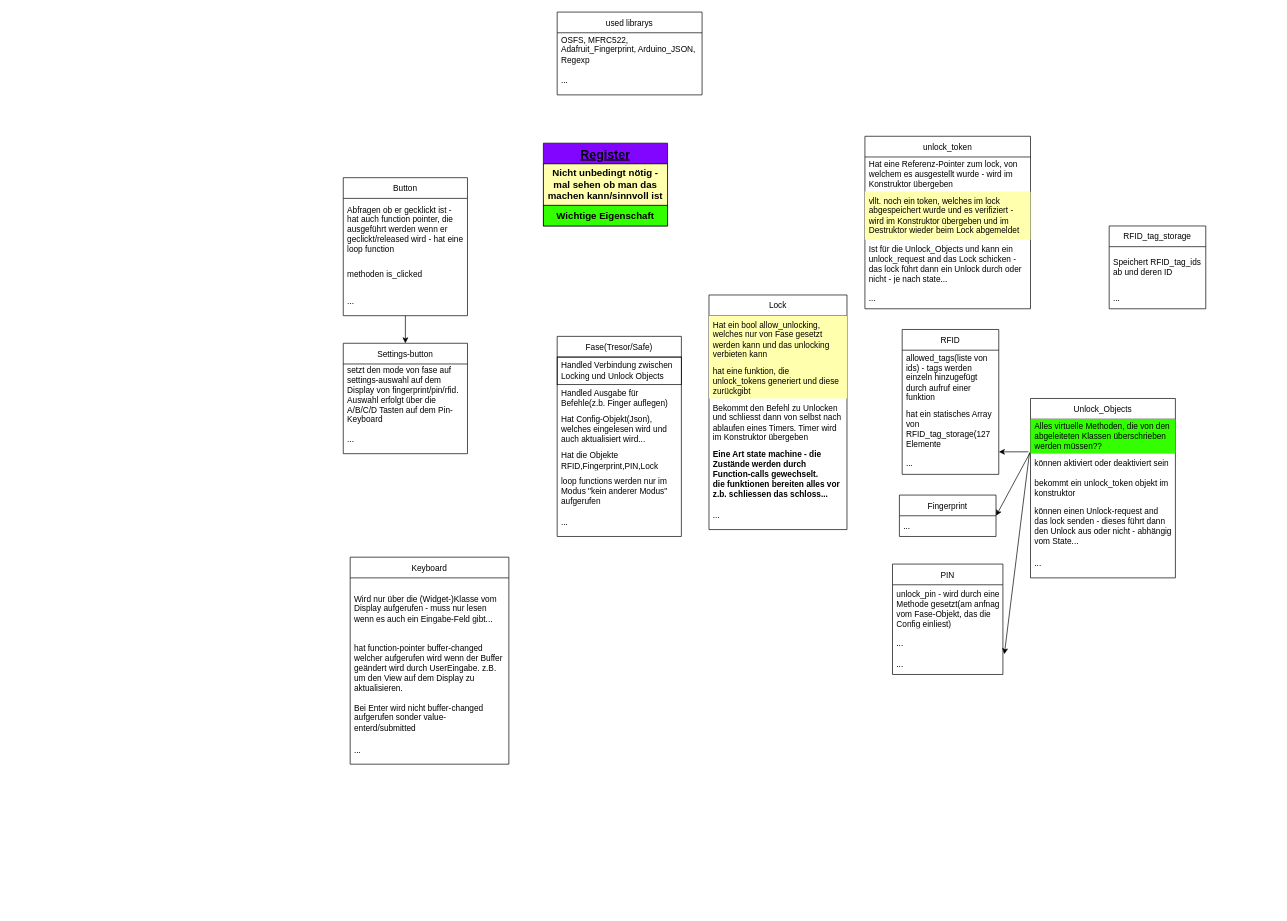
Above: page "grobe Strukturierung" (1 of 2) of first draft.drawio in Jair-F/Safe (draw.io), before the change. Source tidied: cells renumbered, new cells numbered last; positions are measured from the earlier drawing's top-left corner, leaving out a move shared by most shapes. Both pictures are drawn from the tidied source at 69%, with x=0, y=0 at pixel (343, 12).
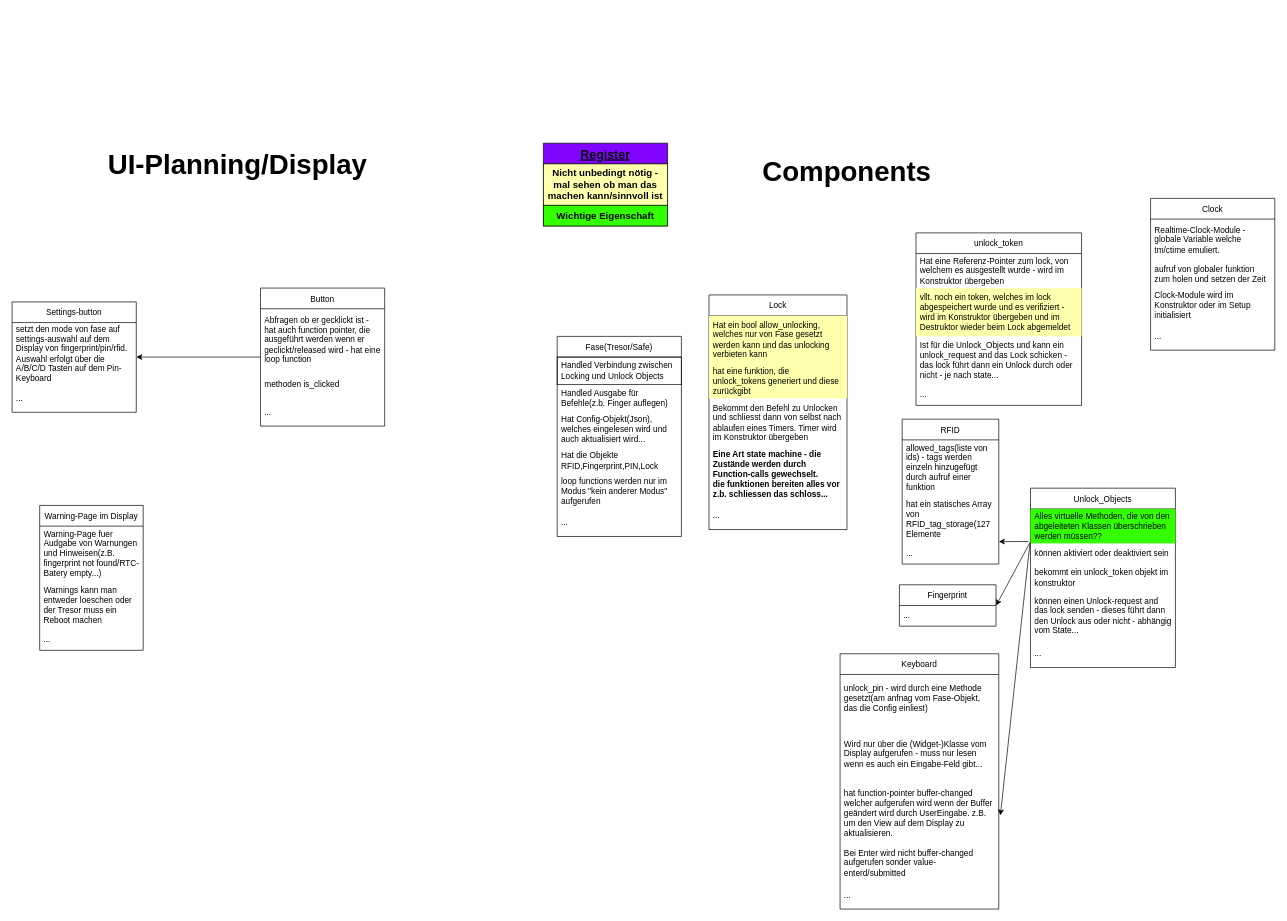
Above is the later version.

The change refers to these unchanged cells:
```xml
<mxCell id="30" value="können aktiviert oder deaktiviert sein" style="text;strokeColor=none;fillColor=none;align=left;verticalAlign=middle;spacingLeft=4;spacingRight=4;overflow=hidden;points=[[0,0.5],[1,0.5]];portConstraint=eastwest;labelBorderColor=none;labelBackgroundColor=none;whiteSpace=wrap;" parent="28" vertex="1">
  <mxGeometry y="80" width="210" height="30" as="geometry" />
</mxCell>
```

Change to the diagram source:
```diff
@@
-    <mxCell id="4" style="endArrow=classic;html=1;rounded=0;exitX=-0.007;exitY=-0.05;exitDx=0;exitDy=0;entryX=1.013;entryY=0.02;entryDx=0;entryDy=0;entryPerimeter=0;exitPerimeter=0;" parent="1" edge="1" source="30" target="21">
-      <mxGeometry relative="1" as="geometry" />
-    </mxCell>
@@
     <mxCell id="12" value="RFID" style="swimlane;fontStyle=0;horizontal=1;startSize=30;" parent="1" vertex="1">
-      <mxGeometry x="810" y="460" width="140" height="210" as="geometry" />
+      <mxGeometry x="810" y="590" width="140" height="210" as="geometry" />
     </mxCell>
@@
     <mxCell id="16" value="Fingerprint" style="swimlane;fontStyle=0;horizontal=1;startSize=30;swimlaneFillColor=none;gradientColor=none;" parent="1" vertex="1">
-      <mxGeometry x="806" y="700" width="140" height="60" as="geometry" />
+      <mxGeometry x="806" y="830" width="140" height="60" as="geometry" />
     </mxCell>
@@
-    <mxCell id="18" value="PIN" style="swimlane;fontStyle=0;horizontal=1;startSize=30;" parent="1" vertex="1">
-      <mxGeometry x="796" y="800" width="160" height="160" as="geometry" />
-    </mxCell>
-    <mxCell id="19" value="unlock_pin - wird durch eine Methode gesetzt(am anfnag vom Fase-Objekt, das die Config einliest)" style="text;strokeColor=none;fillColor=none;align=left;verticalAlign=middle;spacingLeft=4;spacingRight=4;overflow=hidden;whiteSpace=wrap;" parent="18" vertex="1">
-      <mxGeometry y="30" width="160" height="70" as="geometry" />
-    </mxCell>
-    <mxCell id="20" value="..." style="text;strokeColor=none;fillColor=none;align=left;verticalAlign=middle;spacingLeft=4;spacingRight=4;overflow=hidden;whiteSpace=wrap;" parent="18" vertex="1">
-      <mxGeometry y="100" width="160" height="30" as="geometry" />
-    </mxCell>
-    <mxCell id="21" value="..." style="text;strokeColor=none;fillColor=none;align=left;verticalAlign=middle;spacingLeft=4;spacingRight=4;overflow=hidden;points=[[0,0.5],[1,0.5]];portConstraint=eastwest;whiteSpace=wrap;" parent="18" vertex="1">
-      <mxGeometry y="130" width="160" height="30" as="geometry" />
-    </mxCell>
@@
     <mxCell id="28" value="Unlock_Objects" style="swimlane;fontStyle=0;horizontal=1;startSize=30;" parent="1" vertex="1">
-      <mxGeometry x="996" y="560" width="210" height="260" as="geometry" />
+      <mxGeometry x="996" y="690" width="210" height="260" as="geometry" />
     </mxCell>
@@
     <mxCell id="34" value="unlock_token" style="swimlane;fontStyle=0;horizontal=1;startSize=30;rounded=0;glass=0;labelBackgroundColor=none;labelBorderColor=none;fontFamily=Helvetica;fontSize=12;fontColor=default;strokeColor=default;fillColor=none;gradientColor=none;html=0;" parent="1" vertex="1">
-      <mxGeometry x="756" y="180" width="240" height="250" as="geometry" />
+      <mxGeometry x="830" y="320" width="240" height="250" as="geometry" />
     </mxCell>
@@
-    <mxCell id="42" value="RFID_tag_storage" style="swimlane;fontStyle=0;horizontal=1;startSize=30;" parent="1" vertex="1">
-      <mxGeometry x="1110" y="310" width="140" height="120" as="geometry" />
-    </mxCell>
-    <mxCell id="43" value="Speichert RFID_tag_ids ab und deren ID" style="text;strokeColor=none;fillColor=none;align=left;verticalAlign=middle;spacingLeft=4;spacingRight=4;overflow=hidden;whiteSpace=wrap;" parent="42" vertex="1">
-      <mxGeometry y="30" width="140" height="60" as="geometry" />
-    </mxCell>
-    <mxCell id="44" value="..." style="text;strokeColor=none;fillColor=none;align=left;verticalAlign=middle;spacingLeft=4;spacingRight=4;overflow=hidden;whiteSpace=wrap;" parent="42" vertex="1">
-      <mxGeometry y="90" width="140" height="30" as="geometry" />
-    </mxCell>
@@
     <mxCell id="46" value="Button" style="swimlane;fontStyle=0;horizontal=1;startSize=30;" parent="1" vertex="1">
-      <mxGeometry y="240" width="180" height="200" as="geometry" />
+      <mxGeometry x="-120" y="400" width="180" height="200" as="geometry" />
     </mxCell>
@@
     <mxCell id="50" value="Settings-button" style="swimlane;fontStyle=0;horizontal=1;startSize=30;" parent="1" vertex="1">
-      <mxGeometry y="480" width="180" height="160" as="geometry" />
+      <mxGeometry x="-480" y="420" width="180" height="160" as="geometry" />
     </mxCell>
@@
-    <mxCell id="53" value="used librarys" style="swimlane;fontStyle=0;horizontal=1;startSize=30;" parent="1" vertex="1">
-      <mxGeometry x="310" width="210" height="120" as="geometry" />
-    </mxCell>
-    <mxCell id="54" value="OSFS, MFRC522, Adafruit_Fingerprint, Arduino_JSON, Regexp" style="text;strokeColor=none;fillColor=none;align=left;verticalAlign=middle;spacingLeft=4;spacingRight=4;overflow=hidden;labelBorderColor=none;labelBackgroundColor=none;whiteSpace=wrap;" parent="53" vertex="1">
-      <mxGeometry y="30" width="210" height="50" as="geometry" />
-    </mxCell>
-    <mxCell id="55" value="..." style="text;strokeColor=none;fillColor=none;align=left;verticalAlign=middle;spacingLeft=4;spacingRight=4;overflow=hidden;labelBorderColor=none;labelBackgroundColor=none;whiteSpace=wrap;" parent="53" vertex="1">
-      <mxGeometry y="80" width="210" height="40" as="geometry" />
-    </mxCell>
     <mxCell id="56" value="Keyboard" style="swimlane;fontStyle=0;horizontal=1;startSize=30;" parent="1" vertex="1">
-      <mxGeometry x="10" y="790" width="230" height="300" as="geometry" />
+      <mxGeometry x="720" y="930" width="230" height="370" as="geometry" />
     </mxCell>
+    <mxCell id="19" value="unlock_pin - wird durch eine Methode gesetzt(am anfnag vom Fase-Objekt, das die Config einliest)" style="text;strokeColor=none;fillColor=none;align=left;verticalAlign=middle;spacingLeft=4;spacingRight=4;overflow=hidden;whiteSpace=wrap;" parent="56" vertex="1">
+      <mxGeometry y="30" width="230" height="70" as="geometry" />
+    </mxCell>
     <mxCell id="57" value="Wird nur über die (Widget-)Klasse vom Display aufgerufen - muss nur lesen wenn es auch ein Eingabe-Feld gibt..." style="text;strokeColor=none;fillColor=none;align=left;verticalAlign=middle;spacingLeft=4;spacingRight=4;overflow=hidden;labelBorderColor=none;labelBackgroundColor=none;whiteSpace=wrap;" parent="56" vertex="1">
-      <mxGeometry y="30" width="230" height="90" as="geometry" />
+      <mxGeometry y="100" width="230" height="90" as="geometry" />
     </mxCell>
     <mxCell id="58" value="hat function-pointer buffer-changed welcher aufgerufen wird wenn der Buffer geändert wird durch UserEingabe. z.B. um den View auf dem Display zu aktualisieren.&#10;&#10;Bei Enter wird nicht buffer-changed aufgerufen sonder value-enterd/submitted" style="text;strokeColor=none;fillColor=none;align=left;verticalAlign=middle;spacingLeft=4;spacingRight=4;overflow=hidden;points=[[0,0.5],[1,0.5]];portConstraint=eastwest;labelBorderColor=none;labelBackgroundColor=none;whiteSpace=wrap;" parent="56" vertex="1">
-      <mxGeometry y="120" width="230" height="140" as="geometry" />
+      <mxGeometry y="190" width="230" height="140" as="geometry" />
     </mxCell>
     <mxCell id="59" value="..." style="text;strokeColor=none;fillColor=none;align=left;verticalAlign=middle;spacingLeft=4;spacingRight=4;overflow=hidden;labelBorderColor=none;labelBackgroundColor=none;whiteSpace=wrap;" parent="56" vertex="1">
-      <mxGeometry y="260" width="230" height="40" as="geometry" />
+      <mxGeometry y="330" width="230" height="40" as="geometry" />
     </mxCell>
+    <mxCell id="60" style="endArrow=classic;html=1;rounded=0;exitX=-0.003;exitY=-0.05;exitDx=0;exitDy=0;exitPerimeter=0;entryX=1.01;entryY=0.316;entryDx=0;entryDy=0;entryPerimeter=0;" parent="1" edge="1" source="30" target="58">
+      <mxGeometry relative="1" as="geometry" />
+    </mxCell>
+    <mxCell id="61" value="Clock" style="swimlane;fontStyle=0;horizontal=1;startSize=30;" parent="1" vertex="1">
+      <mxGeometry x="1170" y="270" width="180" height="220" as="geometry" />
+    </mxCell>
+    <mxCell id="62" value="Realtime-Clock-Module - globale Variable welche tm/ctime emuliert." style="text;strokeColor=none;fillColor=none;align=left;verticalAlign=middle;spacingLeft=4;spacingRight=4;overflow=hidden;labelBorderColor=none;labelBackgroundColor=none;whiteSpace=wrap;" parent="61" vertex="1">
+      <mxGeometry y="30" width="180" height="60" as="geometry" />
+    </mxCell>
+    <mxCell id="63" value="aufruf von globaler funktion zum holen und setzen der Zeit" style="text;strokeColor=none;fillColor=none;align=left;verticalAlign=middle;spacingLeft=4;spacingRight=4;overflow=hidden;labelBorderColor=none;labelBackgroundColor=none;whiteSpace=wrap;" parent="61" vertex="1">
+      <mxGeometry y="90" width="180" height="40" as="geometry" />
+    </mxCell>
+    <mxCell id="64" value="Clock-Module wird im Konstruktor oder im Setup initialisiert" style="text;strokeColor=none;fillColor=none;align=left;verticalAlign=middle;spacingLeft=4;spacingRight=4;overflow=hidden;labelBorderColor=none;labelBackgroundColor=none;whiteSpace=wrap;" parent="61" vertex="1">
+      <mxGeometry y="130" width="180" height="50" as="geometry" />
+    </mxCell>
+    <mxCell id="55" value="..." style="text;strokeColor=none;fillColor=none;align=left;verticalAlign=middle;spacingLeft=4;spacingRight=4;overflow=hidden;labelBorderColor=none;labelBackgroundColor=none;whiteSpace=wrap;" parent="61" vertex="1">
+      <mxGeometry y="180" width="180" height="40" as="geometry" />
+    </mxCell>
+    <mxCell id="65" value="Warning-Page im Display" style="swimlane;fontStyle=0;horizontal=1;startSize=30;swimlaneFillColor=none;gradientColor=none;" parent="1" vertex="1">
+      <mxGeometry x="-440" y="715" width="150" height="210" as="geometry" />
+    </mxCell>
+    <mxCell id="66" value="Warning-Page fuer Audgabe von Warnungen und Hinweisen(z.B. fingerprint not found/RTC-Batery empty...)" style="text;strokeColor=none;fillColor=none;align=left;verticalAlign=middle;spacingLeft=4;spacingRight=4;overflow=hidden;whiteSpace=wrap;" parent="65" vertex="1">
+      <mxGeometry y="30" width="150" height="80" as="geometry" />
+    </mxCell>
+    <mxCell id="67" value="Warnings kann man entweder loeschen oder der Tresor muss ein Reboot machen" style="text;strokeColor=none;fillColor=none;align=left;verticalAlign=middle;spacingLeft=4;spacingRight=4;overflow=hidden;whiteSpace=wrap;" parent="65" vertex="1">
+      <mxGeometry y="110" width="150" height="70" as="geometry" />
+    </mxCell>
+    <mxCell id="68" value="..." style="text;strokeColor=none;fillColor=none;align=left;verticalAlign=middle;spacingLeft=4;spacingRight=4;overflow=hidden;whiteSpace=wrap;" parent="65" vertex="1">
+      <mxGeometry y="180" width="150" height="30" as="geometry" />
+    </mxCell>
+    <mxCell id="69" value="&lt;b&gt;&lt;font style=&quot;font-size: 40px&quot;&gt;UI-Planning/Display&lt;/font&gt;&lt;/b&gt;" style="text;html=1;strokeColor=none;fillColor=none;align=center;verticalAlign=middle;whiteSpace=wrap;rounded=0;" parent="1" vertex="1">
+      <mxGeometry x="-373" y="170" width="440" height="100" as="geometry" />
+    </mxCell>
+    <mxCell id="70" value="&lt;b&gt;&lt;font style=&quot;font-size: 40px&quot;&gt;Components&lt;/font&gt;&lt;/b&gt;" style="text;html=1;strokeColor=none;fillColor=none;align=center;verticalAlign=middle;whiteSpace=wrap;rounded=0;" parent="1" vertex="1">
+      <mxGeometry x="510" y="180" width="440" height="100" as="geometry" />
+    </mxCell>
```
